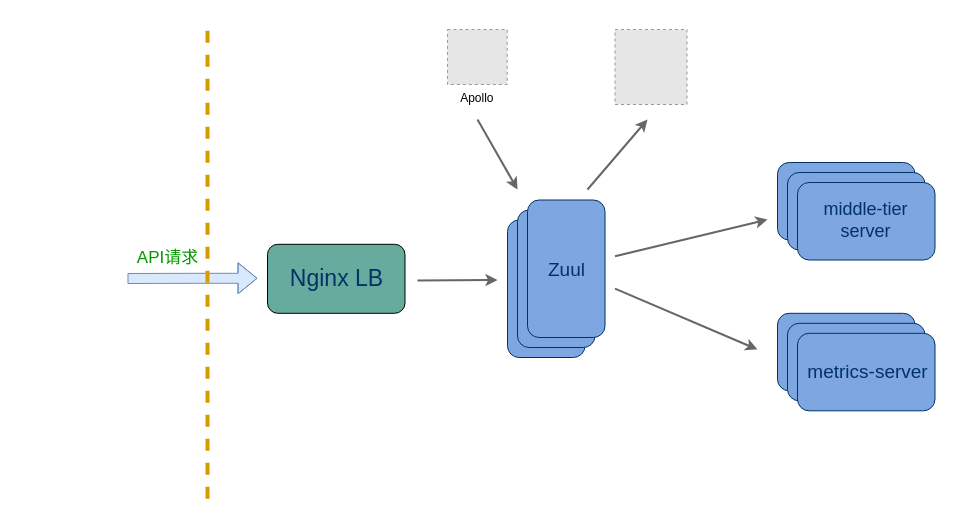
Above: top-zuul.drawio.xml in MrtKing/draw.io (draw.io), before the change. Source tidied: cells renumbered, new cells numbered last; positions are measured from the earlier drawing's top-left corner, leaving out a move shared by most shapes. Both pictures are drawn from the tidied source at 100%, with x=0, y=0 at pixel (127, 18). Pictures stored in the file or linked from it are replaced by grey dashed boxes.
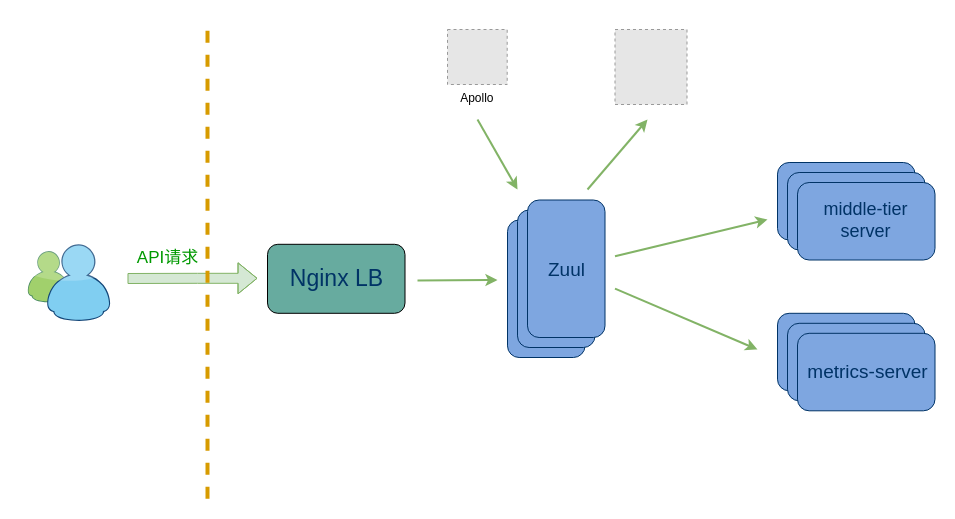
The same page after the edit.

Change to the diagram source:
```diff
@@
-    <mxCell id="2" style="shape=flexArrow;endArrow=classic;html=1;fillColor=#dae8fc;strokeColor=#6c8ebf;strokeWidth=1;" parent="1" edge="1">
+    <mxCell id="2" style="shape=flexArrow;endArrow=classic;html=1;fillColor=#d5e8d4;strokeColor=#82b366;strokeWidth=1;" parent="1" edge="1">
       <mxGeometry relative="1" as="geometry">
         <mxPoint y="260" as="sourcePoint" />
         <mxPoint x="130" y="259.8" as="targetPoint" />
         <Array as="points">
           <mxPoint x="70" y="259.8" />
         </Array>
       </mxGeometry>
     </mxCell>
-    <mxCell id="3" style="endArrow=classic;html=1;strokeWidth=2;fillColor=#f5f5f5;strokeColor=#666666;" parent="1" edge="1">
+    <mxCell id="3" style="endArrow=classic;html=1;strokeWidth=2;fillColor=#d5e8d4;strokeColor=#82b366;" parent="1" edge="1">
       <mxGeometry relative="1" as="geometry">
         <mxPoint x="290" y="262" as="sourcePoint" />
         <mxPoint x="370" y="261.5" as="targetPoint" />
       </mxGeometry>
     </mxCell>
@@
-    <mxCell id="9" style="endArrow=classic;html=1;strokeWidth=2;fillColor=#f5f5f5;strokeColor=#666666;" parent="1" edge="1">
+    <mxCell id="9" style="endArrow=classic;html=1;strokeWidth=2;fillColor=#d5e8d4;strokeColor=#82b366;" parent="1" edge="1">
       <mxGeometry relative="1" as="geometry">
         <mxPoint x="487.5" y="270.2" as="sourcePoint" />
         <mxPoint x="630" y="331" as="targetPoint" />
       </mxGeometry>
     </mxCell>
@@
-    <mxCell id="21" style="endArrow=classic;html=1;strokeWidth=2;fillColor=#f5f5f5;strokeColor=#666666;" parent="1" edge="1">
+    <mxCell id="21" style="endArrow=classic;html=1;strokeWidth=2;fillColor=#d5e8d4;strokeColor=#82b366;" parent="1" edge="1">
       <mxGeometry relative="1" as="geometry">
         <mxPoint x="487.5" y="237.8" as="sourcePoint" />
         <mxPoint x="640" y="201" as="targetPoint" />
       </mxGeometry>
     </mxCell>
-    <mxCell id="22" style="endArrow=classic;html=1;strokeWidth=2;fillColor=#f5f5f5;strokeColor=#666666;" parent="1" edge="1">
+    <mxCell id="22" style="endArrow=classic;html=1;strokeWidth=2;fillColor=#d5e8d4;strokeColor=#82b366;" parent="1" edge="1">
       <mxGeometry relative="1" as="geometry">
         <mxPoint x="350" y="101" as="sourcePoint" />
         <mxPoint x="390" y="171" as="targetPoint" />
       </mxGeometry>
     </mxCell>
-    <mxCell id="23" style="endArrow=classic;html=1;strokeWidth=2;fillColor=#f5f5f5;strokeColor=#666666;" parent="1" edge="1">
+    <mxCell id="23" style="endArrow=classic;html=1;strokeWidth=2;fillColor=#d5e8d4;strokeColor=#82b366;" parent="1" edge="1">
       <mxGeometry relative="1" as="geometry">
         <mxPoint x="460" y="171" as="sourcePoint" />
         <mxPoint x="520" y="101" as="targetPoint" />
       </mxGeometry>
     </mxCell>
@@
+    <mxCell id="26" style="dashed=0;html=1;align=center;labelPosition=center;verticalLabelPosition=bottom;verticalAlign=top;shape=mxgraph.webicons.messenger;gradientColor=none;fillColor=none;" parent="1" vertex="1">
+      <mxGeometry x="-110" y="212.4" width="102.4" height="102.4" as="geometry" />
+    </mxCell>
```
